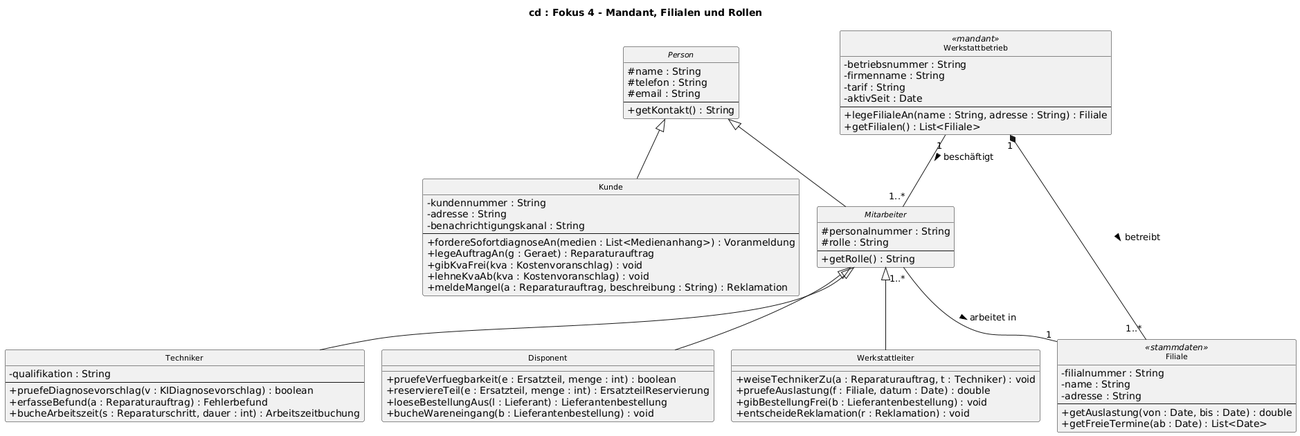
Above: uml/klassen-fokus-4-organisation.png in jakobschwan123-cmd/casestudy-semester-3 (PlantUML), before the change.
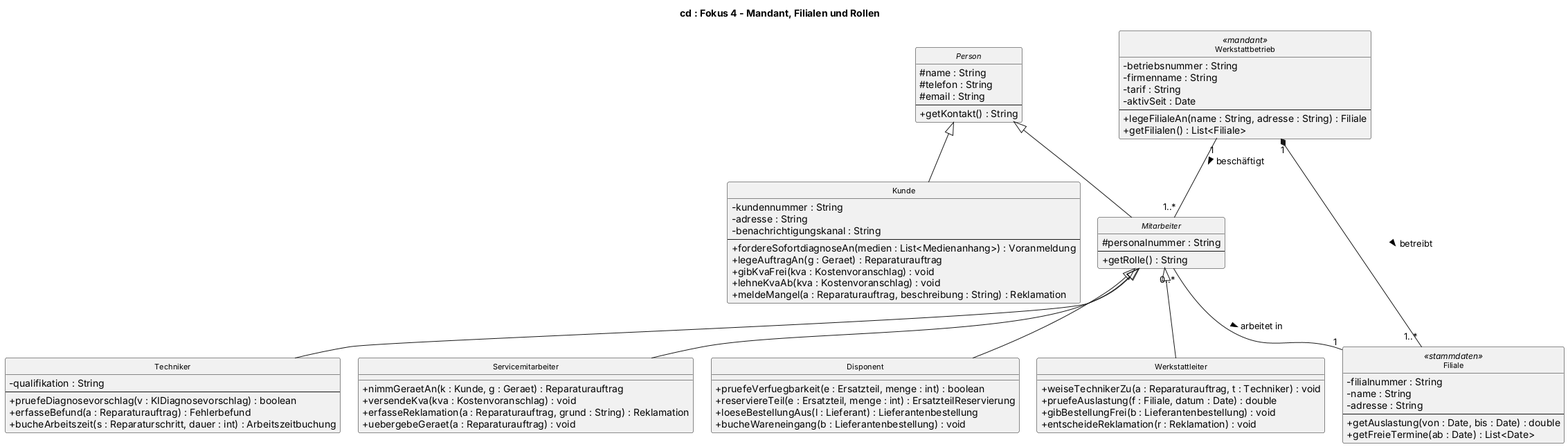
Above is the later version.

Diff of the diagram source:
```diff
@@ -27,7 +27,6 @@
 }
 abstract class Mitarbeiter {
   # personalnummer : String
-  # rolle : String
   --
   + getRolle() : String
 }
@@ -37,6 +36,12 @@
   + pruefeDiagnosevorschlag(v : KIDiagnosevorschlag) : boolean
   + erfasseBefund(a : Reparaturauftrag) : Fehlerbefund
   + bucheArbeitszeit(s : Reparaturschritt, dauer : int) : Arbeitszeitbuchung
+}
+class Servicemitarbeiter {
+  + nimmGeraetAn(k : Kunde, g : Geraet) : Reparaturauftrag
+  + versendeKva(kva : Kostenvoranschlag) : void
+  + erfasseReklamation(a : Reparaturauftrag, grund : String) : Reklamation
+  + uebergebeGeraet(a : Reparaturauftrag) : void
 }
 class Disponent {
   + pruefeVerfuegbarkeit(e : Ersatzteil, menge : int) : boolean
@@ -70,9 +75,10 @@
 Person <|-- Kunde
 Person <|-- Mitarbeiter
 Mitarbeiter <|-- Techniker
+Mitarbeiter <|-- Servicemitarbeiter
 Mitarbeiter <|-- Disponent
 Mitarbeiter <|-- Werkstattleiter
 Werkstattbetrieb "1" *-down- "1..*" Filiale : betreibt >
 Werkstattbetrieb "1" -- "1..*" Mitarbeiter : beschäftigt >
-Mitarbeiter "1..*" -- "1" Filiale : arbeitet in >
+Mitarbeiter "0..*" -- "1" Filiale : arbeitet in >
 @enduml
```
